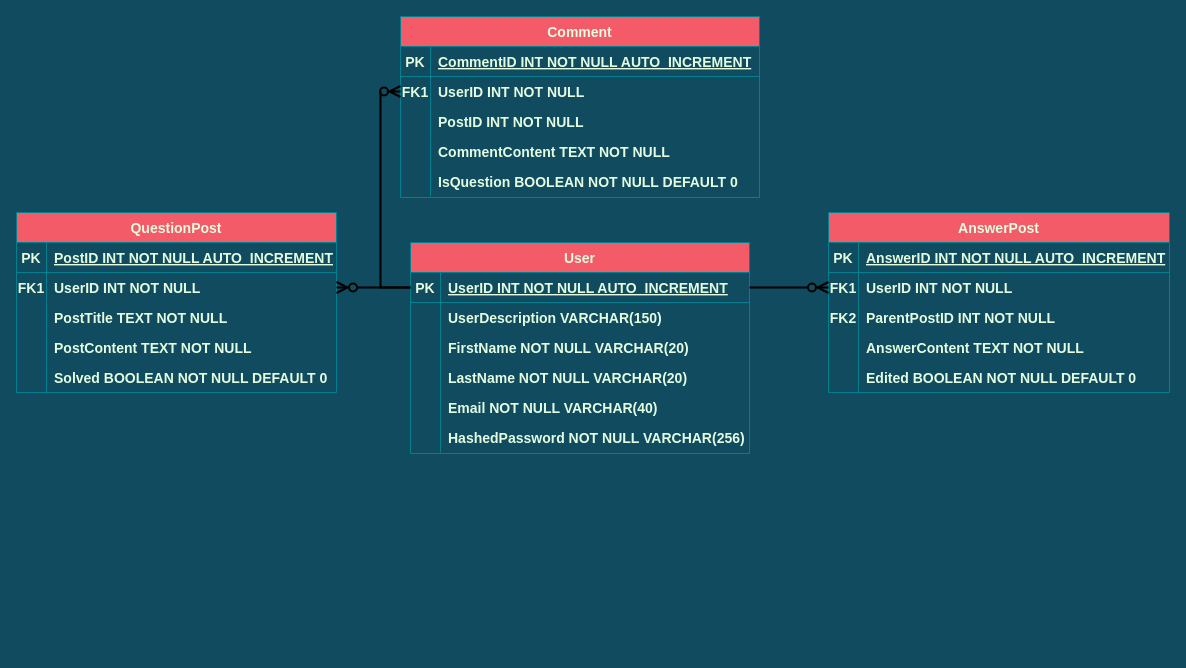
Before: database/ERD.drawio in HurtzWhenIP/wits-overflow, a draw.io diagram. Source tidied: cells renumbered, new cells numbered last; positions are measured from the earlier drawing's top-left corner, leaving out a move shared by most shapes. Both pictures are drawn from the tidied source at 100%, with x=0, y=0 at pixel (16, 16).
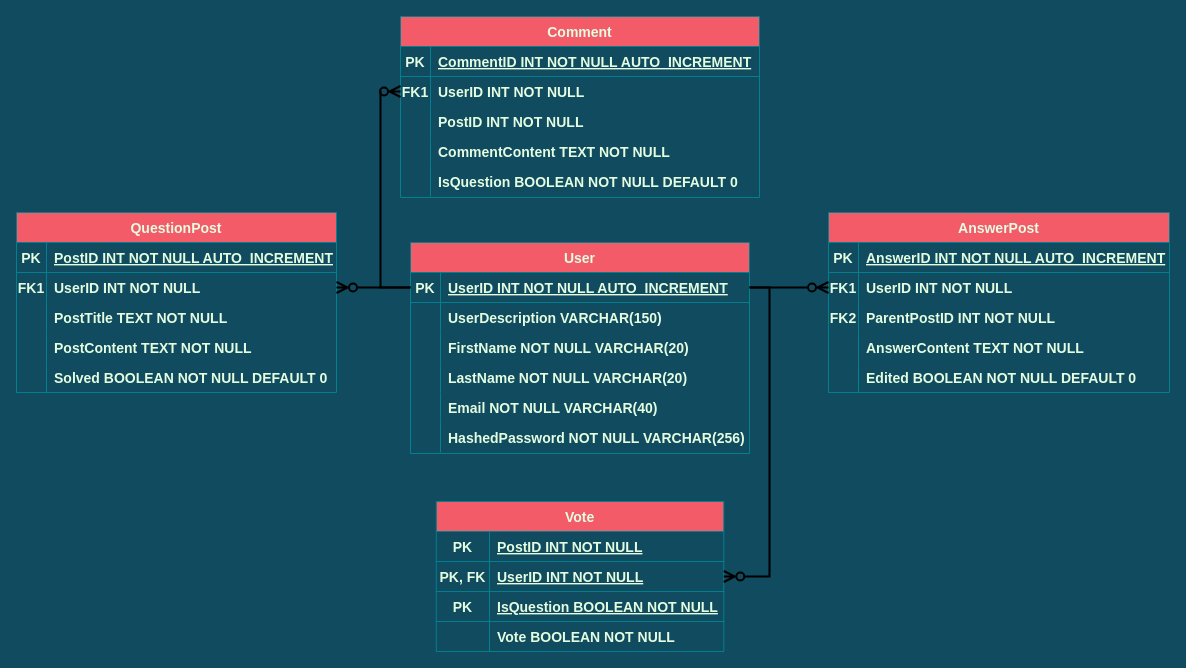
The same page after the edit.

Unchanged cells that the change refers to:
```xml
<mxCell id="19" style="shape=partialRectangle;fillColor=none;points=[[0,0.5],[1,0.5]];portConstraint=eastwest;top=0;left=0;right=0;bottom=1;strokeColor=#028090;fontColor=#E4FDE1;fontSize=14;fontStyle=1;" parent="18" vertex="1">
  <mxGeometry y="30" width="339" height="30" as="geometry" />
</mxCell>
<mxCell id="59" style="shape=partialRectangle;fillColor=none;points=[[0,0.5],[1,0.5]];portConstraint=eastwest;top=0;left=0;right=0;bottom=0;strokeColor=#028090;fontColor=#E4FDE1;fontSize=14;fontStyle=1;" parent="55" vertex="1">
  <mxGeometry y="60" width="359" height="30" as="geometry" />
</mxCell>
```

What changed in the source:
```diff
@@
-    <mxCell id="71" style="edgeStyle=orthogonalEdgeStyle;rounded=0;jettySize=auto;html=1;exitX=0;exitY=0.5;exitDx=0;exitDy=0;entryX=0;entryY=0.5;entryDx=0;entryDy=0;strokeWidth=2;fontSize=14;startArrow=none;startFill=0;endArrow=ERzeroToMany;endFill=0;startSize=6;endSize=8;" parent="1" edge="1" source="19" target="59">
+    <mxCell id="71" style="edgeStyle=orthogonalEdgeStyle;rounded=0;jettySize=auto;html=1;exitX=0;exitY=0.5;exitDx=0;exitDy=0;entryX=0;entryY=0.5;entryDx=0;entryDy=0;strokeWidth=2;fontSize=14;startArrow=none;startFill=0;endArrow=ERzeroToMany;endFill=0;startSize=8;endSize=8;" parent="1" edge="1" source="19" target="59">
       <mxGeometry relative="1" as="geometry" />
     </mxCell>
+    <mxCell id="72" value="Vote" style="shape=table;startSize=30;childLayout=tableLayout;rowLines=0;fontStyle=1;align=center;fillColor=#F45B69;strokeColor=#028090;fontColor=#E4FDE1;fontSize=14;" parent="1" vertex="1">
+      <mxGeometry x="419.8" y="485" width="287.5" height="150" as="geometry" />
+    </mxCell>
+    <mxCell id="73" style="shape=partialRectangle;fillColor=none;top=0;left=0;right=0;bottom=1;strokeColor=#028090;fontColor=#E4FDE1;fontSize=14;fontStyle=1;" parent="72" vertex="1">
+      <mxGeometry y="30" width="287.5" height="30" as="geometry" />
+    </mxCell>
+    <mxCell id="74" value="PK" style="shape=partialRectangle;overflow=hidden;fillColor=none;top=0;left=0;bottom=0;right=0;fontStyle=1;strokeColor=#028090;fontColor=#E4FDE1;fontSize=14;" parent="73" vertex="1">
+      <mxGeometry width="53.2" height="30" as="geometry" />
+    </mxCell>
+    <mxCell id="75" value="PostID INT NOT NULL" style="shape=partialRectangle;overflow=hidden;fillColor=none;top=0;left=0;bottom=0;right=0;align=left;spacingLeft=6;fontStyle=5;strokeColor=#028090;fontColor=#E4FDE1;fontSize=14;" parent="73" vertex="1">
+      <mxGeometry x="53.2" width="234.2" height="30" as="geometry" />
+    </mxCell>
+    <mxCell id="76" style="shape=partialRectangle;fillColor=none;points=[[0,0.5],[1,0.5]];portConstraint=eastwest;top=0;left=0;right=0;bottom=1;strokeColor=#028090;fontColor=#E4FDE1;fontSize=14;fontStyle=1;" parent="72" vertex="1">
+      <mxGeometry y="60" width="287.5" height="30" as="geometry" />
+    </mxCell>
+    <mxCell id="77" value="PK, FK" style="shape=partialRectangle;overflow=hidden;fillColor=none;top=0;left=0;bottom=0;right=0;fontStyle=1;strokeColor=#028090;fontColor=#E4FDE1;fontSize=14;" parent="76" vertex="1">
+      <mxGeometry width="53.2" height="30" as="geometry" />
+    </mxCell>
+    <mxCell id="78" value="UserID INT NOT NULL" style="shape=partialRectangle;overflow=hidden;fillColor=none;top=0;left=0;bottom=0;right=0;align=left;spacingLeft=6;fontStyle=5;strokeColor=#028090;fontColor=#E4FDE1;fontSize=14;" parent="76" vertex="1">
+      <mxGeometry x="53.2" width="234.2" height="30" as="geometry" />
+    </mxCell>
+    <mxCell id="79" style="shape=partialRectangle;fillColor=none;top=0;left=0;right=0;bottom=1;strokeColor=#028090;fontColor=#E4FDE1;fontSize=14;fontStyle=1;" parent="72" vertex="1">
+      <mxGeometry y="90" width="287.5" height="30" as="geometry" />
+    </mxCell>
+    <mxCell id="80" value="PK" style="shape=partialRectangle;overflow=hidden;fillColor=none;top=0;left=0;bottom=0;right=0;fontStyle=1;strokeColor=#028090;fontColor=#E4FDE1;fontSize=14;" parent="79" vertex="1">
+      <mxGeometry width="53.2" height="30" as="geometry" />
+    </mxCell>
+    <mxCell id="81" value="IsQuestion BOOLEAN NOT NULL" style="shape=partialRectangle;overflow=hidden;fillColor=none;top=0;left=0;bottom=0;right=0;align=left;spacingLeft=6;fontStyle=5;strokeColor=#028090;fontColor=#E4FDE1;fontSize=14;" parent="79" vertex="1">
+      <mxGeometry x="53.2" width="234.2" height="30" as="geometry" />
+    </mxCell>
+    <mxCell id="82" style="shape=partialRectangle;fillColor=none;top=0;left=0;right=0;bottom=0;strokeColor=#028090;fontColor=#E4FDE1;fontSize=14;fontStyle=1;" parent="72" vertex="1">
+      <mxGeometry y="120" width="287.5" height="30" as="geometry" />
+    </mxCell>
+    <mxCell id="83" style="shape=partialRectangle;overflow=hidden;fillColor=none;top=0;left=0;bottom=0;right=0;strokeColor=#028090;fontColor=#E4FDE1;fontSize=14;fontStyle=1;" parent="82" vertex="1">
+      <mxGeometry width="53.2" height="30" as="geometry" />
+    </mxCell>
+    <mxCell id="84" value="Vote BOOLEAN NOT NULL" style="shape=partialRectangle;overflow=hidden;fillColor=none;top=0;left=0;bottom=0;right=0;align=left;spacingLeft=6;strokeColor=#028090;fontColor=#E4FDE1;fontSize=14;fontStyle=1;" parent="82" vertex="1">
+      <mxGeometry x="53.2" width="234.2" height="30" as="geometry" />
+    </mxCell>
+    <mxCell id="85" style="edgeStyle=orthogonalEdgeStyle;rounded=0;jettySize=auto;html=1;exitX=1;exitY=0.5;exitDx=0;exitDy=0;entryX=1;entryY=0.5;entryDx=0;entryDy=0;strokeWidth=2;endArrow=ERzeroToMany;endFill=0;endSize=8;" parent="1" edge="1" source="19" target="76">
+      <mxGeometry relative="1" as="geometry" />
+    </mxCell>
```
